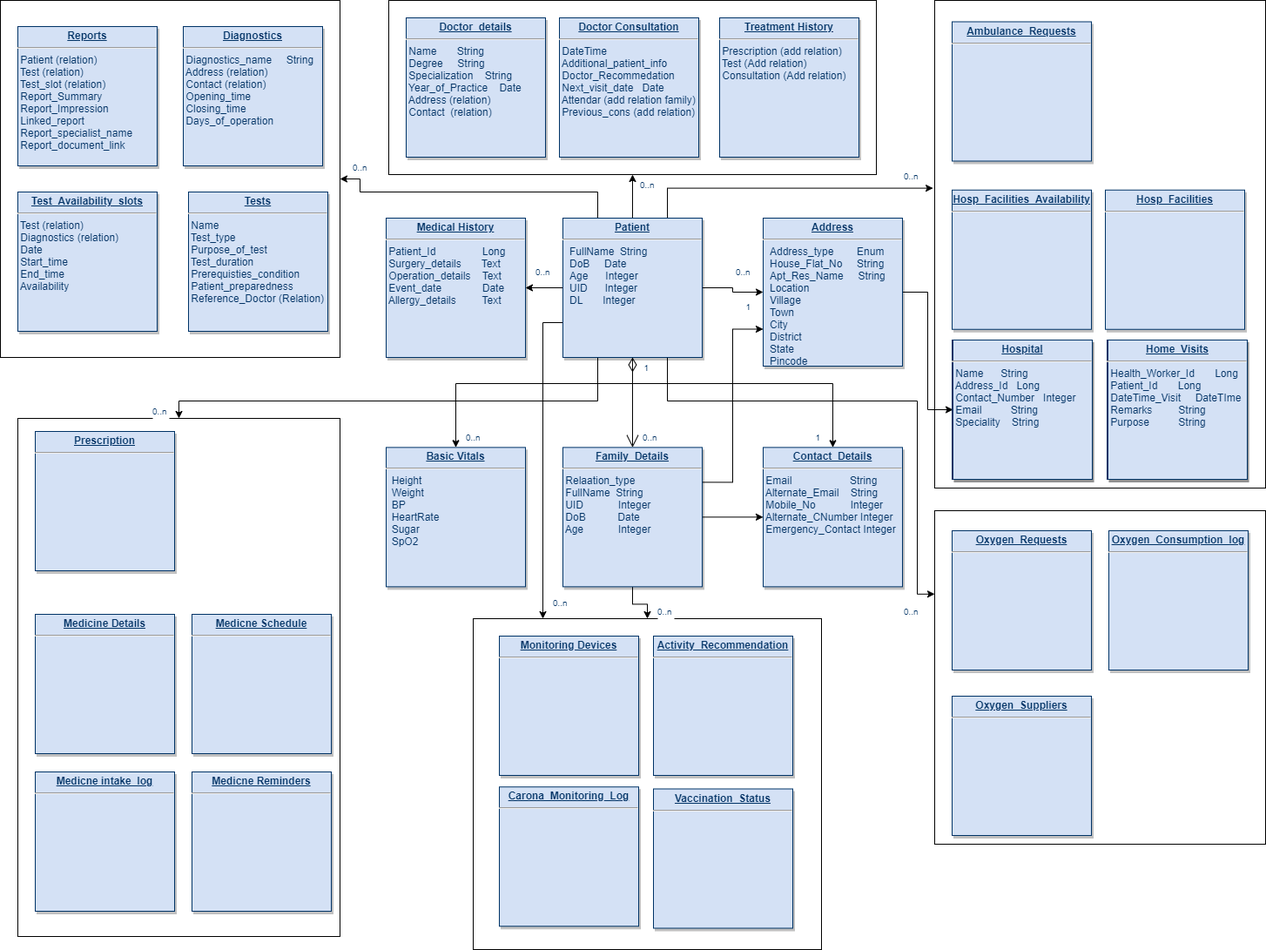
This is Design/Conceptual_DB_Schema.png from CovidHelpApp/covidhelp, a draw.io export, as it was before one commit. Source tidied: cells renumbered, new cells last; positions are measured from the earlier drawing's top-left corner, leaving out a move shared by most shapes.
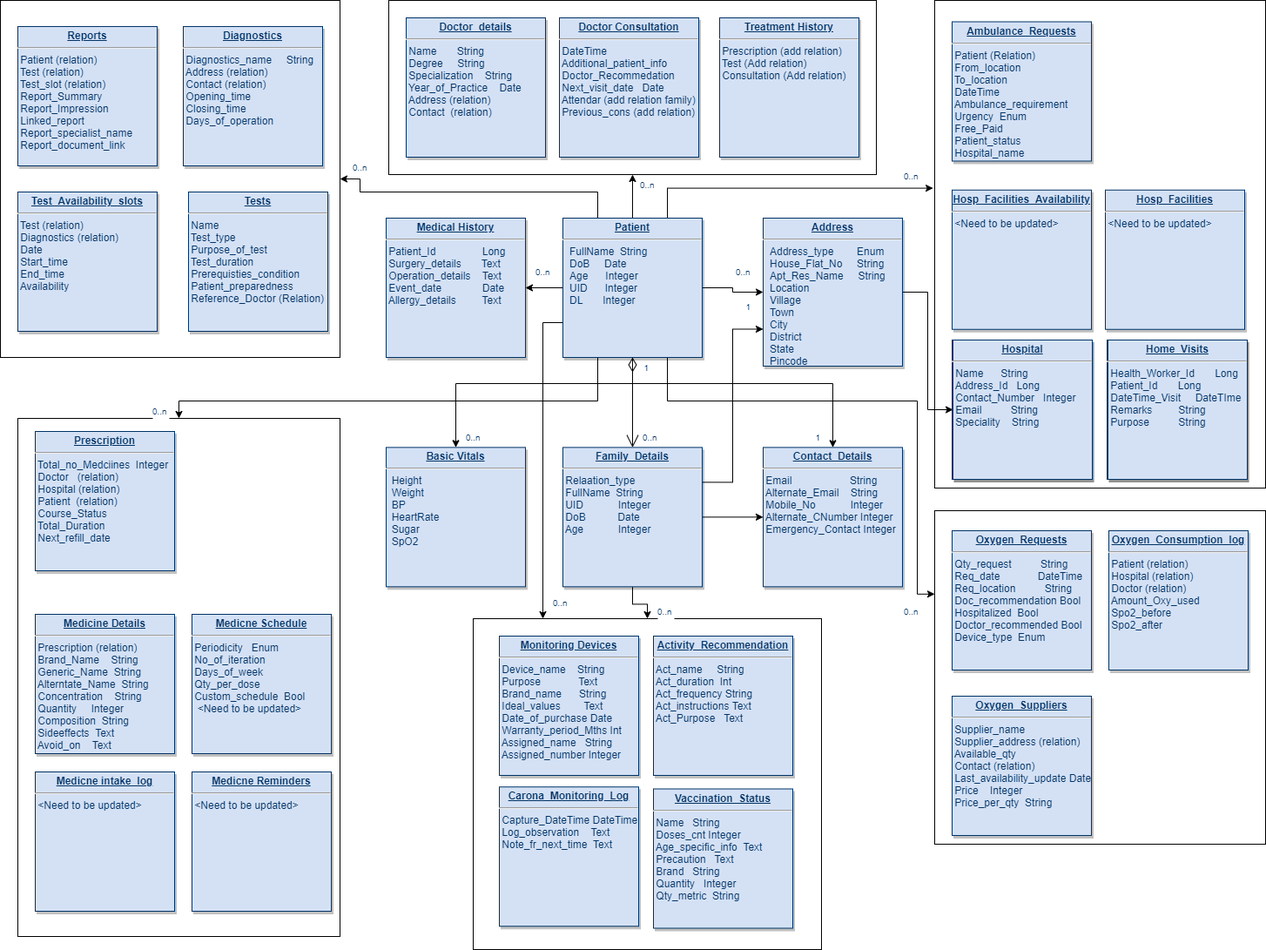
The same diagram one commit later.

Diff of the diagram source:
```diff
@@ -143,19 +143,19 @@
     <mxCell id="35" style="group;" parent="33" vertex="1">
       <mxGeometry x="20" y="15" width="340" height="551" as="geometry" />
     </mxCell>
-    <mxCell id="36" value="&lt;p style=&quot;margin: 0px ; margin-top: 4px ; text-align: center ; text-decoration: underline&quot;&gt;&lt;b&gt;Prescription&lt;/b&gt;&lt;/p&gt;&lt;hr&gt;&amp;nbsp;" style="verticalAlign=top;align=left;overflow=fill;fontSize=12;fontFamily=Helvetica;html=1;strokeColor=#003366;shadow=1;fillColor=#D4E1F5;fontColor=#003366;" parent="35" vertex="1">
+    <mxCell id="36" value="&lt;p style=&quot;margin: 0px ; margin-top: 4px ; text-align: center ; text-decoration: underline&quot;&gt;&lt;b&gt;Prescription&lt;/b&gt;&lt;/p&gt;&lt;hr&gt;&amp;nbsp;Total_no_Medciines&amp;nbsp; Integer&lt;br&gt;&amp;nbsp;Doctor&amp;nbsp; &amp;nbsp;(relation)&lt;br&gt;&amp;nbsp;Hospital (relation)&amp;nbsp;&lt;br&gt;&amp;nbsp;Patient&amp;nbsp; (relation)&lt;br&gt;&amp;nbsp;Course_Status&lt;br&gt;&amp;nbsp;Total_Duration&lt;br&gt;&amp;nbsp;Next_refill_date" style="verticalAlign=top;align=left;overflow=fill;fontSize=12;fontFamily=Helvetica;html=1;strokeColor=#003366;shadow=1;fillColor=#D4E1F5;fontColor=#003366;" parent="35" vertex="1">
       <mxGeometry width="160" height="160" as="geometry" />
     </mxCell>
-    <mxCell id="37" value="&lt;p style=&quot;margin: 0px ; margin-top: 4px ; text-align: center ; text-decoration: underline&quot;&gt;&lt;b&gt;Medicine Details&lt;/b&gt;&lt;/p&gt;&lt;hr&gt;" style="verticalAlign=top;align=left;overflow=fill;fontSize=12;fontFamily=Helvetica;html=1;strokeColor=#003366;shadow=1;fillColor=#D4E1F5;fontColor=#003366;" parent="35" vertex="1">
+    <mxCell id="37" value="&lt;p style=&quot;margin: 0px ; margin-top: 4px ; text-align: center ; text-decoration: underline&quot;&gt;&lt;b&gt;Medicine Details&lt;/b&gt;&lt;/p&gt;&lt;hr&gt;&amp;nbsp;Prescription (relation)&lt;br&gt;&amp;nbsp;Brand_Name&amp;nbsp; &amp;nbsp; String&lt;br&gt;&amp;nbsp;Generic_Name&amp;nbsp; String&lt;br&gt;&amp;nbsp;Alterntate_Name&amp;nbsp; String&lt;br&gt;&amp;nbsp;Concentration&amp;nbsp; &amp;nbsp; String&lt;br&gt;&amp;nbsp;Quantity&amp;nbsp; &amp;nbsp; &amp;nbsp;Integer&lt;br&gt;&amp;nbsp;Composition&amp;nbsp; String&lt;br&gt;&amp;nbsp;Sideeffects&amp;nbsp; Text&lt;br&gt;&amp;nbsp;Avoid_on&amp;nbsp; &amp;nbsp; Text&lt;br&gt;&lt;br&gt;&amp;nbsp;&lt;br&gt;&amp;nbsp;&lt;br&gt;&amp;nbsp;" style="verticalAlign=top;align=left;overflow=fill;fontSize=12;fontFamily=Helvetica;html=1;strokeColor=#003366;shadow=1;fillColor=#D4E1F5;fontColor=#003366;" parent="35" vertex="1">
       <mxGeometry y="210" width="160" height="160" as="geometry" />
     </mxCell>
-    <mxCell id="38" value="&lt;p style=&quot;margin: 0px ; margin-top: 4px ; text-align: center ; text-decoration: underline&quot;&gt;&lt;b&gt;Medicne Schedule&lt;/b&gt;&lt;/p&gt;&lt;hr&gt;" style="verticalAlign=top;align=left;overflow=fill;fontSize=12;fontFamily=Helvetica;html=1;strokeColor=#003366;shadow=1;fillColor=#D4E1F5;fontColor=#003366;" parent="35" vertex="1">
+    <mxCell id="38" value="&lt;p style=&quot;margin: 0px ; margin-top: 4px ; text-align: center ; text-decoration: underline&quot;&gt;&lt;b&gt;Medicne Schedule&lt;/b&gt;&lt;/p&gt;&lt;hr&gt;&amp;nbsp;Periodicity&amp;nbsp; &amp;nbsp;Enum&lt;br&gt;&amp;nbsp;No_of_iteration&lt;br&gt;&amp;nbsp;Days_of_week&lt;br&gt;&amp;nbsp;Qty_per_dose&lt;br&gt;&amp;nbsp;Custom_schedule&amp;nbsp; Bool&lt;br&gt;&amp;nbsp; &amp;lt;Need to be updated&amp;gt;&lt;br&gt;&amp;nbsp;&amp;nbsp;" style="verticalAlign=top;align=left;overflow=fill;fontSize=12;fontFamily=Helvetica;html=1;strokeColor=#003366;shadow=1;fillColor=#D4E1F5;fontColor=#003366;" parent="35" vertex="1">
       <mxGeometry x="180" y="210" width="160" height="160" as="geometry" />
     </mxCell>
-    <mxCell id="39" value="&lt;p style=&quot;margin: 0px ; margin-top: 4px ; text-align: center ; text-decoration: underline&quot;&gt;&lt;b&gt;Medicne intake_log&lt;/b&gt;&lt;/p&gt;&lt;hr&gt;" style="verticalAlign=top;align=left;overflow=fill;fontSize=12;fontFamily=Helvetica;html=1;strokeColor=#003366;shadow=1;fillColor=#D4E1F5;fontColor=#003366;" parent="35" vertex="1">
+    <mxCell id="39" value="&lt;p style=&quot;margin: 0px ; margin-top: 4px ; text-align: center ; text-decoration: underline&quot;&gt;&lt;b&gt;Medicne intake_log&lt;/b&gt;&lt;/p&gt;&lt;hr&gt;&amp;nbsp;&amp;lt;Need to be updated&amp;gt;" style="verticalAlign=top;align=left;overflow=fill;fontSize=12;fontFamily=Helvetica;html=1;strokeColor=#003366;shadow=1;fillColor=#D4E1F5;fontColor=#003366;" parent="35" vertex="1">
       <mxGeometry y="391" width="160" height="160" as="geometry" />
     </mxCell>
-    <mxCell id="40" value="&lt;p style=&quot;margin: 0px ; margin-top: 4px ; text-align: center ; text-decoration: underline&quot;&gt;&lt;b&gt;Medicne Reminders&lt;/b&gt;&lt;/p&gt;&lt;hr&gt;" style="verticalAlign=top;align=left;overflow=fill;fontSize=12;fontFamily=Helvetica;html=1;strokeColor=#003366;shadow=1;fillColor=#D4E1F5;fontColor=#003366;" parent="35" vertex="1">
+    <mxCell id="40" value="&lt;p style=&quot;margin: 0px ; margin-top: 4px ; text-align: center ; text-decoration: underline&quot;&gt;&lt;b&gt;Medicne Reminders&lt;/b&gt;&lt;/p&gt;&lt;hr&gt;&amp;nbsp;&amp;lt;Need to be updated&amp;gt;" style="verticalAlign=top;align=left;overflow=fill;fontSize=12;fontFamily=Helvetica;html=1;strokeColor=#003366;shadow=1;fillColor=#D4E1F5;fontColor=#003366;" parent="35" vertex="1">
       <mxGeometry x="180" y="391" width="160" height="160" as="geometry" />
     </mxCell>
     <mxCell id="41" style="group;" parent="1" vertex="1">
@@ -167,16 +167,16 @@
     <mxCell id="43" style="group;" parent="41" vertex="1">
       <mxGeometry x="30" y="20" width="337" height="335.5" as="geometry" />
     </mxCell>
-    <mxCell id="44" value="&lt;p style=&quot;margin: 0px ; margin-top: 4px ; text-align: center ; text-decoration: underline&quot;&gt;&lt;b&gt;Carona_Monitoring_Log&lt;/b&gt;&lt;/p&gt;&lt;hr&gt;" style="verticalAlign=top;align=left;overflow=fill;fontSize=12;fontFamily=Helvetica;html=1;strokeColor=#003366;shadow=1;fillColor=#D4E1F5;fontColor=#003366;" parent="43" vertex="1">
+    <mxCell id="44" value="&lt;p style=&quot;margin: 0px ; margin-top: 4px ; text-align: center ; text-decoration: underline&quot;&gt;&lt;b&gt;Carona_Monitoring_Log&lt;/b&gt;&lt;/p&gt;&lt;hr&gt;&amp;nbsp;Capture_DateTime DateTime&lt;br&gt;&amp;nbsp;Log_observation&amp;nbsp; &amp;nbsp; Text&lt;br&gt;&amp;nbsp;Note_fr_next_time&amp;nbsp; Text&lt;br&gt;&amp;nbsp;" style="verticalAlign=top;align=left;overflow=fill;fontSize=12;fontFamily=Helvetica;html=1;strokeColor=#003366;shadow=1;fillColor=#D4E1F5;fontColor=#003366;" parent="43" vertex="1">
       <mxGeometry y="173.2" width="160" height="160" as="geometry" />
     </mxCell>
-    <mxCell id="45" value="&lt;p style=&quot;margin: 0px ; margin-top: 4px ; text-align: center ; text-decoration: underline&quot;&gt;&lt;b&gt;Activity_Recommendation&lt;/b&gt;&lt;/p&gt;&lt;hr&gt;" style="verticalAlign=top;align=left;overflow=fill;fontSize=12;fontFamily=Helvetica;html=1;strokeColor=#003366;shadow=1;fillColor=#D4E1F5;fontColor=#003366;" parent="43" vertex="1">
+    <mxCell id="45" value="&lt;p style=&quot;margin: 0px ; margin-top: 4px ; text-align: center ; text-decoration: underline&quot;&gt;&lt;b&gt;Activity_Recommendation&lt;/b&gt;&lt;/p&gt;&lt;hr&gt;&amp;nbsp;Act_name&amp;nbsp; &amp;nbsp; &amp;nbsp;String&lt;br&gt;&amp;nbsp;Act_duration&amp;nbsp; Int&lt;br&gt;&amp;nbsp;Act_frequency String&lt;br&gt;&amp;nbsp;Act_instructions Text&amp;nbsp;&lt;br&gt;&amp;nbsp;Act_Purpose&amp;nbsp; &amp;nbsp;Text" style="verticalAlign=top;align=left;overflow=fill;fontSize=12;fontFamily=Helvetica;html=1;strokeColor=#003366;shadow=1;fillColor=#D4E1F5;fontColor=#003366;" parent="43" vertex="1">
       <mxGeometry x="177" width="160" height="160" as="geometry" />
     </mxCell>
-    <mxCell id="46" value="&lt;p style=&quot;margin: 0px ; margin-top: 4px ; text-align: center ; text-decoration: underline&quot;&gt;&lt;b&gt;Vaccination_Status&lt;/b&gt;&lt;/p&gt;&lt;hr&gt;" style="verticalAlign=top;align=left;overflow=fill;fontSize=12;fontFamily=Helvetica;html=1;strokeColor=#003366;shadow=1;fillColor=#D4E1F5;fontColor=#003366;" parent="43" vertex="1">
+    <mxCell id="46" value="&lt;p style=&quot;margin: 0px ; margin-top: 4px ; text-align: center ; text-decoration: underline&quot;&gt;&lt;b&gt;Vaccination_Status&lt;/b&gt;&lt;/p&gt;&lt;hr&gt;&amp;nbsp;Name&amp;nbsp; &amp;nbsp;String&lt;br&gt;&amp;nbsp;Doses_cnt Integer&lt;br&gt;&amp;nbsp;Age_specific_info&amp;nbsp; Text&lt;br&gt;&amp;nbsp;Precaution&amp;nbsp; &amp;nbsp;Text&lt;br&gt;&amp;nbsp;Brand&amp;nbsp; &amp;nbsp;String&lt;br&gt;&amp;nbsp;Quantity&amp;nbsp; &amp;nbsp;Integer&lt;br&gt;&amp;nbsp;Qty_metric&amp;nbsp; String&lt;br&gt;&amp;nbsp;" style="verticalAlign=top;align=left;overflow=fill;fontSize=12;fontFamily=Helvetica;html=1;strokeColor=#003366;shadow=1;fillColor=#D4E1F5;fontColor=#003366;" parent="43" vertex="1">
       <mxGeometry x="177" y="175.5" width="160" height="160" as="geometry" />
     </mxCell>
-    <mxCell id="47" value="&lt;p style=&quot;margin: 0px ; margin-top: 4px ; text-align: center ; text-decoration: underline&quot;&gt;&lt;b&gt;Monitoring Devices&lt;/b&gt;&lt;/p&gt;&lt;hr&gt;" style="verticalAlign=top;align=left;overflow=fill;fontSize=12;fontFamily=Helvetica;html=1;strokeColor=#003366;shadow=1;fillColor=#D4E1F5;fontColor=#003366;" parent="43" vertex="1">
+    <mxCell id="47" value="&lt;p style=&quot;margin: 0px ; margin-top: 4px ; text-align: center ; text-decoration: underline&quot;&gt;&lt;b&gt;Monitoring Devices&lt;/b&gt;&lt;/p&gt;&lt;hr&gt;&amp;nbsp;Device_name&amp;nbsp; &amp;nbsp; String&lt;br&gt;&amp;nbsp;Purpose&amp;nbsp; &amp;nbsp; &amp;nbsp; &amp;nbsp; &amp;nbsp; &amp;nbsp; &amp;nbsp;Text&lt;br&gt;&amp;nbsp;Brand_name&amp;nbsp; &amp;nbsp; &amp;nbsp; String&lt;br&gt;&amp;nbsp;Ideal_values&amp;nbsp; &amp;nbsp; &amp;nbsp; &amp;nbsp; Text&lt;br&gt;&amp;nbsp;Date_of_purchase Date&lt;br&gt;&amp;nbsp;Warranty_period_Mths Int&lt;br&gt;&amp;nbsp;Assigned_name&amp;nbsp; &amp;nbsp;String&lt;br&gt;&amp;nbsp;Assigned_number Integer&lt;br&gt;&amp;nbsp;" style="verticalAlign=top;align=left;overflow=fill;fontSize=12;fontFamily=Helvetica;html=1;strokeColor=#003366;shadow=1;fillColor=#D4E1F5;fontColor=#003366;" parent="43" vertex="1">
       <mxGeometry width="160" height="160" as="geometry" />
     </mxCell>
     <mxCell id="48" style="group;" parent="1" vertex="1">
@@ -188,13 +188,13 @@
     <mxCell id="50" style="group;" parent="48" vertex="1">
       <mxGeometry x="20" y="23" width="340" height="350" as="geometry" />
     </mxCell>
-    <mxCell id="51" value="&lt;p style=&quot;margin: 0px ; margin-top: 4px ; text-align: center ; text-decoration: underline&quot;&gt;&lt;b&gt;Oxygen_Requests&lt;/b&gt;&lt;/p&gt;&lt;hr&gt;" style="verticalAlign=top;align=left;overflow=fill;fontSize=12;fontFamily=Helvetica;html=1;strokeColor=#003366;shadow=1;fillColor=#D4E1F5;fontColor=#003366;" parent="50" vertex="1">
+    <mxCell id="51" value="&lt;p style=&quot;margin: 0px ; margin-top: 4px ; text-align: center ; text-decoration: underline&quot;&gt;&lt;b&gt;Oxygen_Requests&lt;/b&gt;&lt;/p&gt;&lt;hr&gt;&amp;nbsp;Qty_request&amp;nbsp; &amp;nbsp; &amp;nbsp; &amp;nbsp; &amp;nbsp; String&lt;br&gt;&amp;nbsp;Req_date&amp;nbsp; &amp;nbsp; &amp;nbsp; &amp;nbsp; &amp;nbsp; &amp;nbsp; &amp;nbsp;DateTime&lt;br&gt;&amp;nbsp;Req_location&amp;nbsp; &amp;nbsp; &amp;nbsp; &amp;nbsp; &amp;nbsp; String&lt;br&gt;&amp;nbsp;Doc_recommendation Bool&lt;br&gt;&amp;nbsp;Hospitalized&amp;nbsp; Bool&lt;br&gt;&amp;nbsp;Doctor_recommended Bool&lt;br&gt;&amp;nbsp;Device_type&amp;nbsp; Enum" style="verticalAlign=top;align=left;overflow=fill;fontSize=12;fontFamily=Helvetica;html=1;strokeColor=#003366;shadow=1;fillColor=#D4E1F5;fontColor=#003366;" parent="50" vertex="1">
       <mxGeometry width="160" height="160" as="geometry" />
     </mxCell>
-    <mxCell id="52" value="&lt;p style=&quot;margin: 0px ; margin-top: 4px ; text-align: center ; text-decoration: underline&quot;&gt;&lt;b&gt;Oxygen_Suppliers&lt;/b&gt;&lt;/p&gt;&lt;hr&gt;" style="verticalAlign=top;align=left;overflow=fill;fontSize=12;fontFamily=Helvetica;html=1;strokeColor=#003366;shadow=1;fillColor=#D4E1F5;fontColor=#003366;" parent="50" vertex="1">
+    <mxCell id="52" value="&lt;p style=&quot;margin: 0px ; margin-top: 4px ; text-align: center ; text-decoration: underline&quot;&gt;&lt;b&gt;Oxygen_Suppliers&lt;/b&gt;&lt;/p&gt;&lt;hr&gt;&amp;nbsp;Supplier_name&lt;br&gt;&amp;nbsp;Supplier_address (relation)&lt;br&gt;&amp;nbsp;Available_qty&lt;br&gt;&amp;nbsp;Contact (relation)&lt;br&gt;&amp;nbsp;Last_availability_update Date&lt;br&gt;&amp;nbsp;Price&amp;nbsp; &amp;nbsp; Integer&lt;br&gt;&amp;nbsp;Price_per_qty&amp;nbsp; String&lt;br&gt;&amp;nbsp;" style="verticalAlign=top;align=left;overflow=fill;fontSize=12;fontFamily=Helvetica;html=1;strokeColor=#003366;shadow=1;fillColor=#D4E1F5;fontColor=#003366;" parent="50" vertex="1">
       <mxGeometry y="190" width="160" height="160" as="geometry" />
     </mxCell>
-    <mxCell id="53" value="&lt;p style=&quot;margin: 0px ; margin-top: 4px ; text-align: center ; text-decoration: underline&quot;&gt;&lt;b&gt;Oxygen_Consumption_log&lt;/b&gt;&lt;/p&gt;&lt;hr&gt;" style="verticalAlign=top;align=left;overflow=fill;fontSize=12;fontFamily=Helvetica;html=1;strokeColor=#003366;shadow=1;fillColor=#D4E1F5;fontColor=#003366;" parent="50" vertex="1">
+    <mxCell id="53" value="&lt;p style=&quot;margin: 0px ; margin-top: 4px ; text-align: center ; text-decoration: underline&quot;&gt;&lt;b&gt;Oxygen_Consumption_log&lt;/b&gt;&lt;/p&gt;&lt;hr&gt;&amp;nbsp;Patient (relation)&lt;br&gt;&amp;nbsp;Hospital (relation)&lt;br&gt;&amp;nbsp;Doctor (relation)&lt;br&gt;&amp;nbsp;Amount_Oxy_used&lt;br&gt;&amp;nbsp;Spo2_before&lt;br&gt;&amp;nbsp;Spo2_after" style="verticalAlign=top;align=left;overflow=fill;fontSize=12;fontFamily=Helvetica;html=1;strokeColor=#003366;shadow=1;fillColor=#D4E1F5;fontColor=#003366;" parent="50" vertex="1">
       <mxGeometry x="180" width="160" height="160" as="geometry" />
     </mxCell>
     <mxCell id="54" style="group;" parent="1" vertex="1">
@@ -263,13 +263,13 @@
     <mxCell id="75" style="group;" parent="74" vertex="1">
       <mxGeometry width="339" height="525.5" as="geometry" />
     </mxCell>
-    <mxCell id="76" value="&lt;p style=&quot;margin: 0px ; margin-top: 4px ; text-align: center ; text-decoration: underline&quot;&gt;&lt;b&gt;Hosp_Facilities&lt;/b&gt;&lt;/p&gt;&lt;hr&gt;" style="verticalAlign=top;align=left;overflow=fill;fontSize=12;fontFamily=Helvetica;html=1;strokeColor=#003366;shadow=1;fillColor=#D4E1F5;fontColor=#003366;" parent="75" vertex="1">
+    <mxCell id="76" value="&lt;p style=&quot;margin: 0px ; margin-top: 4px ; text-align: center ; text-decoration: underline&quot;&gt;&lt;b&gt;Hosp_Facilities&lt;/b&gt;&lt;/p&gt;&lt;hr&gt;&amp;nbsp;&amp;lt;Need to be updated&amp;gt;" style="verticalAlign=top;align=left;overflow=fill;fontSize=12;fontFamily=Helvetica;html=1;strokeColor=#003366;shadow=1;fillColor=#D4E1F5;fontColor=#003366;" parent="75" vertex="1">
       <mxGeometry x="176" y="193.2" width="160" height="160" as="geometry" />
     </mxCell>
-    <mxCell id="77" value="&lt;p style=&quot;margin: 0px ; margin-top: 4px ; text-align: center ; text-decoration: underline&quot;&gt;&lt;b&gt;Hosp_Facilities_Availability&lt;/b&gt;&lt;/p&gt;&lt;hr&gt;" style="verticalAlign=top;align=left;overflow=fill;fontSize=12;fontFamily=Helvetica;html=1;strokeColor=#003366;shadow=1;fillColor=#D4E1F5;fontColor=#003366;" parent="75" vertex="1">
+    <mxCell id="77" value="&lt;p style=&quot;margin: 0px ; margin-top: 4px ; text-align: center ; text-decoration: underline&quot;&gt;&lt;b&gt;Hosp_Facilities_Availability&lt;/b&gt;&lt;/p&gt;&lt;hr&gt;&amp;nbsp;&amp;lt;Need to be updated&amp;gt;" style="verticalAlign=top;align=left;overflow=fill;fontSize=12;fontFamily=Helvetica;html=1;strokeColor=#003366;shadow=1;fillColor=#D4E1F5;fontColor=#003366;" parent="75" vertex="1">
       <mxGeometry y="193.2" width="160" height="160" as="geometry" />
     </mxCell>
-    <mxCell id="78" value="&lt;p style=&quot;margin: 0px ; margin-top: 4px ; text-align: center ; text-decoration: underline&quot;&gt;&lt;b&gt;Ambulance_Requests&lt;/b&gt;&lt;/p&gt;&lt;hr&gt;" style="verticalAlign=top;align=left;overflow=fill;fontSize=12;fontFamily=Helvetica;html=1;strokeColor=#003366;shadow=1;fillColor=#D4E1F5;fontColor=#003366;" parent="75" vertex="1">
+    <mxCell id="78" value="&lt;p style=&quot;margin: 0px ; margin-top: 4px ; text-align: center ; text-decoration: underline&quot;&gt;&lt;b&gt;Ambulance_Requests&lt;/b&gt;&lt;/p&gt;&lt;hr&gt;&amp;nbsp;Patient (Relation)&lt;br&gt;&amp;nbsp;From_location&lt;br&gt;&amp;nbsp;To_location&lt;br&gt;&amp;nbsp;DateTime&lt;br&gt;&amp;nbsp;Ambulance_requirement&lt;br&gt;&amp;nbsp;Urgency&amp;nbsp; Enum&lt;br&gt;&amp;nbsp;Free_Paid&amp;nbsp;&amp;nbsp;&lt;br&gt;&amp;nbsp;Patient_status&lt;br&gt;&amp;nbsp;Hospital_name" style="verticalAlign=top;align=left;overflow=fill;fontSize=12;fontFamily=Helvetica;html=1;strokeColor=#003366;shadow=1;fillColor=#D4E1F5;fontColor=#003366;" parent="75" vertex="1">
       <mxGeometry width="160" height="160" as="geometry" />
     </mxCell>
     <mxCell id="79" value="&lt;p style=&quot;margin: 0px ; margin-top: 4px ; text-align: center ; text-decoration: underline&quot;&gt;&lt;b&gt;Hospital&lt;/b&gt;&lt;/p&gt;&lt;hr&gt;&amp;nbsp;Name&amp;nbsp; &amp;nbsp; &amp;nbsp; String&lt;br&gt;&amp;nbsp;Address_Id&amp;nbsp; &amp;nbsp;Long&lt;br&gt;&amp;nbsp;Contact_Number&amp;nbsp; &amp;nbsp;Integer&lt;br&gt;&amp;nbsp;Email&amp;nbsp; &amp;nbsp; &amp;nbsp; &amp;nbsp; &amp;nbsp; String&lt;br&gt;&amp;nbsp;Speciality&amp;nbsp; &amp;nbsp; String&amp;nbsp;&amp;nbsp;" style="verticalAlign=top;align=left;overflow=fill;fontSize=12;fontFamily=Helvetica;html=1;strokeColor=#003366;shadow=1;fillColor=#D4E1F5;fontColor=#003366;" parent="75" vertex="1">
```
